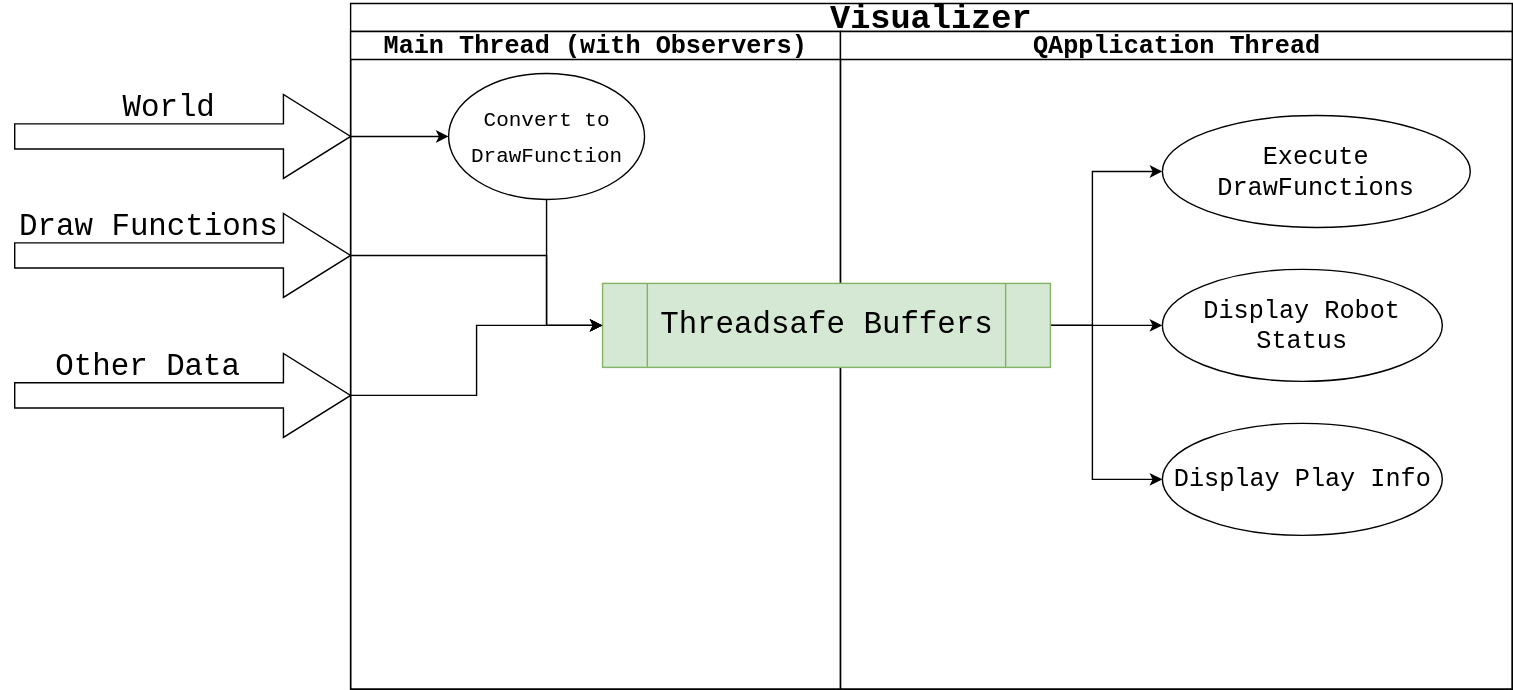
Earlier version of the draw.io export docs/images/visualizer_diagram.svg (UBC-Thunderbots/Software). Source tidied: cells renumbered, new cells last; positions are measured from the earlier drawing's top-left corner, leaving out a move shared by most shapes.
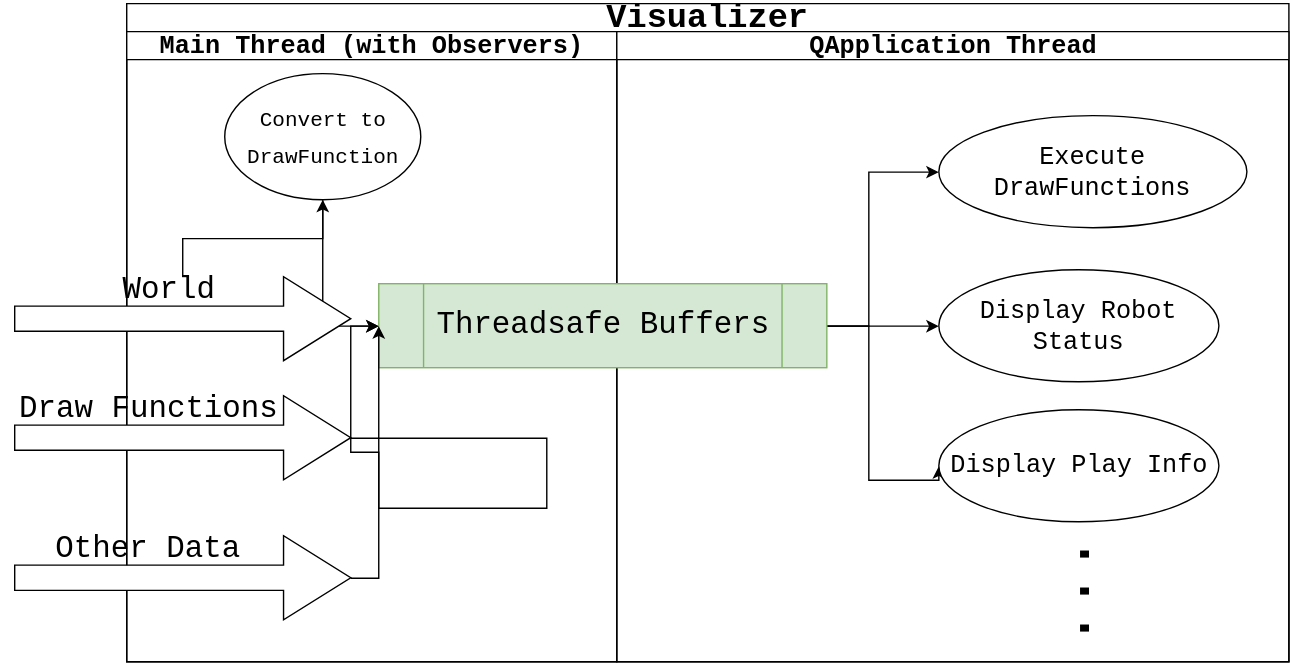
After the commit.

Diff of the diagram source:
```diff
@@ -3,16 +3,16 @@
     <mxCell id="0" />
     <mxCell id="1" parent="0" />
     <mxCell id="2" value="&lt;font style=&quot;font-size: 24px&quot;&gt;Visualizer&lt;/font&gt;" style="swimlane;html=1;startSize=20;fontFamily=Courier New;" parent="1" vertex="1">
-      <mxGeometry x="250" width="830" height="490" as="geometry" />
+      <mxGeometry x="90" y="-130" width="830" height="470" as="geometry" />
     </mxCell>
     <mxCell id="3" value="&lt;font style=&quot;font-size: 18px&quot; face=&quot;Courier New&quot;&gt;Main Thread (with Observers)&lt;/font&gt;" style="swimlane;html=1;startSize=20;" parent="2" vertex="1">
-      <mxGeometry y="20" width="350" height="470" as="geometry" />
+      <mxGeometry y="20" width="350" height="450" as="geometry" />
     </mxCell>
     <mxCell id="4" value="&lt;div&gt;&lt;font style=&quot;font-size: 15px&quot;&gt;Convert to&lt;/font&gt;&lt;/div&gt;&lt;div&gt;&lt;font style=&quot;font-size: 15px&quot;&gt;DrawFunction&lt;/font&gt;&lt;/div&gt;" style="ellipse;whiteSpace=wrap;html=1;fontFamily=Courier New;fontSize=22;" parent="3" vertex="1">
       <mxGeometry x="70" y="30" width="140" height="90" as="geometry" />
     </mxCell>
     <mxCell id="5" value="&lt;font style=&quot;font-size: 18px&quot; face=&quot;Courier New&quot;&gt;QApplication Thread&lt;/font&gt;" style="swimlane;html=1;startSize=20;" parent="2" vertex="1">
-      <mxGeometry x="350" y="20" width="480" height="470" as="geometry" />
+      <mxGeometry x="350" y="20" width="480" height="450" as="geometry" />
     </mxCell>
     <mxCell id="6" style="edgeStyle=orthogonalEdgeStyle;rounded=0;jettySize=auto;html=1;exitX=1;exitY=0.5;exitDx=0;exitDy=0;entryX=0;entryY=0.5;entryDx=0;entryDy=0;fontFamily=Courier New;fontSize=18;" parent="5" edge="1" source="9" target="10">
       <mxGeometry relative="1" as="geometry">
@@ -43,8 +43,11 @@
       <mxGeometry x="230" y="170" width="200" height="80" as="geometry" />
     </mxCell>
     <mxCell id="12" value="Display Play Info" style="ellipse;whiteSpace=wrap;html=1;strokeColor=#000000;fillColor=#ffffff;fontFamily=Courier New;fontSize=18;" parent="5" vertex="1">
-      <mxGeometry x="230" y="280" width="200" height="80" as="geometry" />
+      <mxGeometry x="230" y="270" width="200" height="80" as="geometry" />
     </mxCell>
+    <mxCell id="23" value="..." style="text;html=1;strokeColor=none;fillColor=none;align=center;verticalAlign=middle;whiteSpace=wrap;rounded=0;fontFamily=Courier New;fontSize=44;horizontal=0;" parent="5" vertex="1">
+      <mxGeometry x="270" y="390" width="110" height="20" as="geometry" />
+    </mxCell>
     <mxCell id="13" style="edgeStyle=orthogonalEdgeStyle;rounded=0;jettySize=auto;html=1;exitX=0.5;exitY=1;exitDx=0;exitDy=0;entryX=0;entryY=0.5;entryDx=0;entryDy=0;fontFamily=Courier New;fontSize=22;" parent="2" edge="1" source="4" target="9">
       <mxGeometry relative="1" as="geometry" />
     </mxCell>
```
